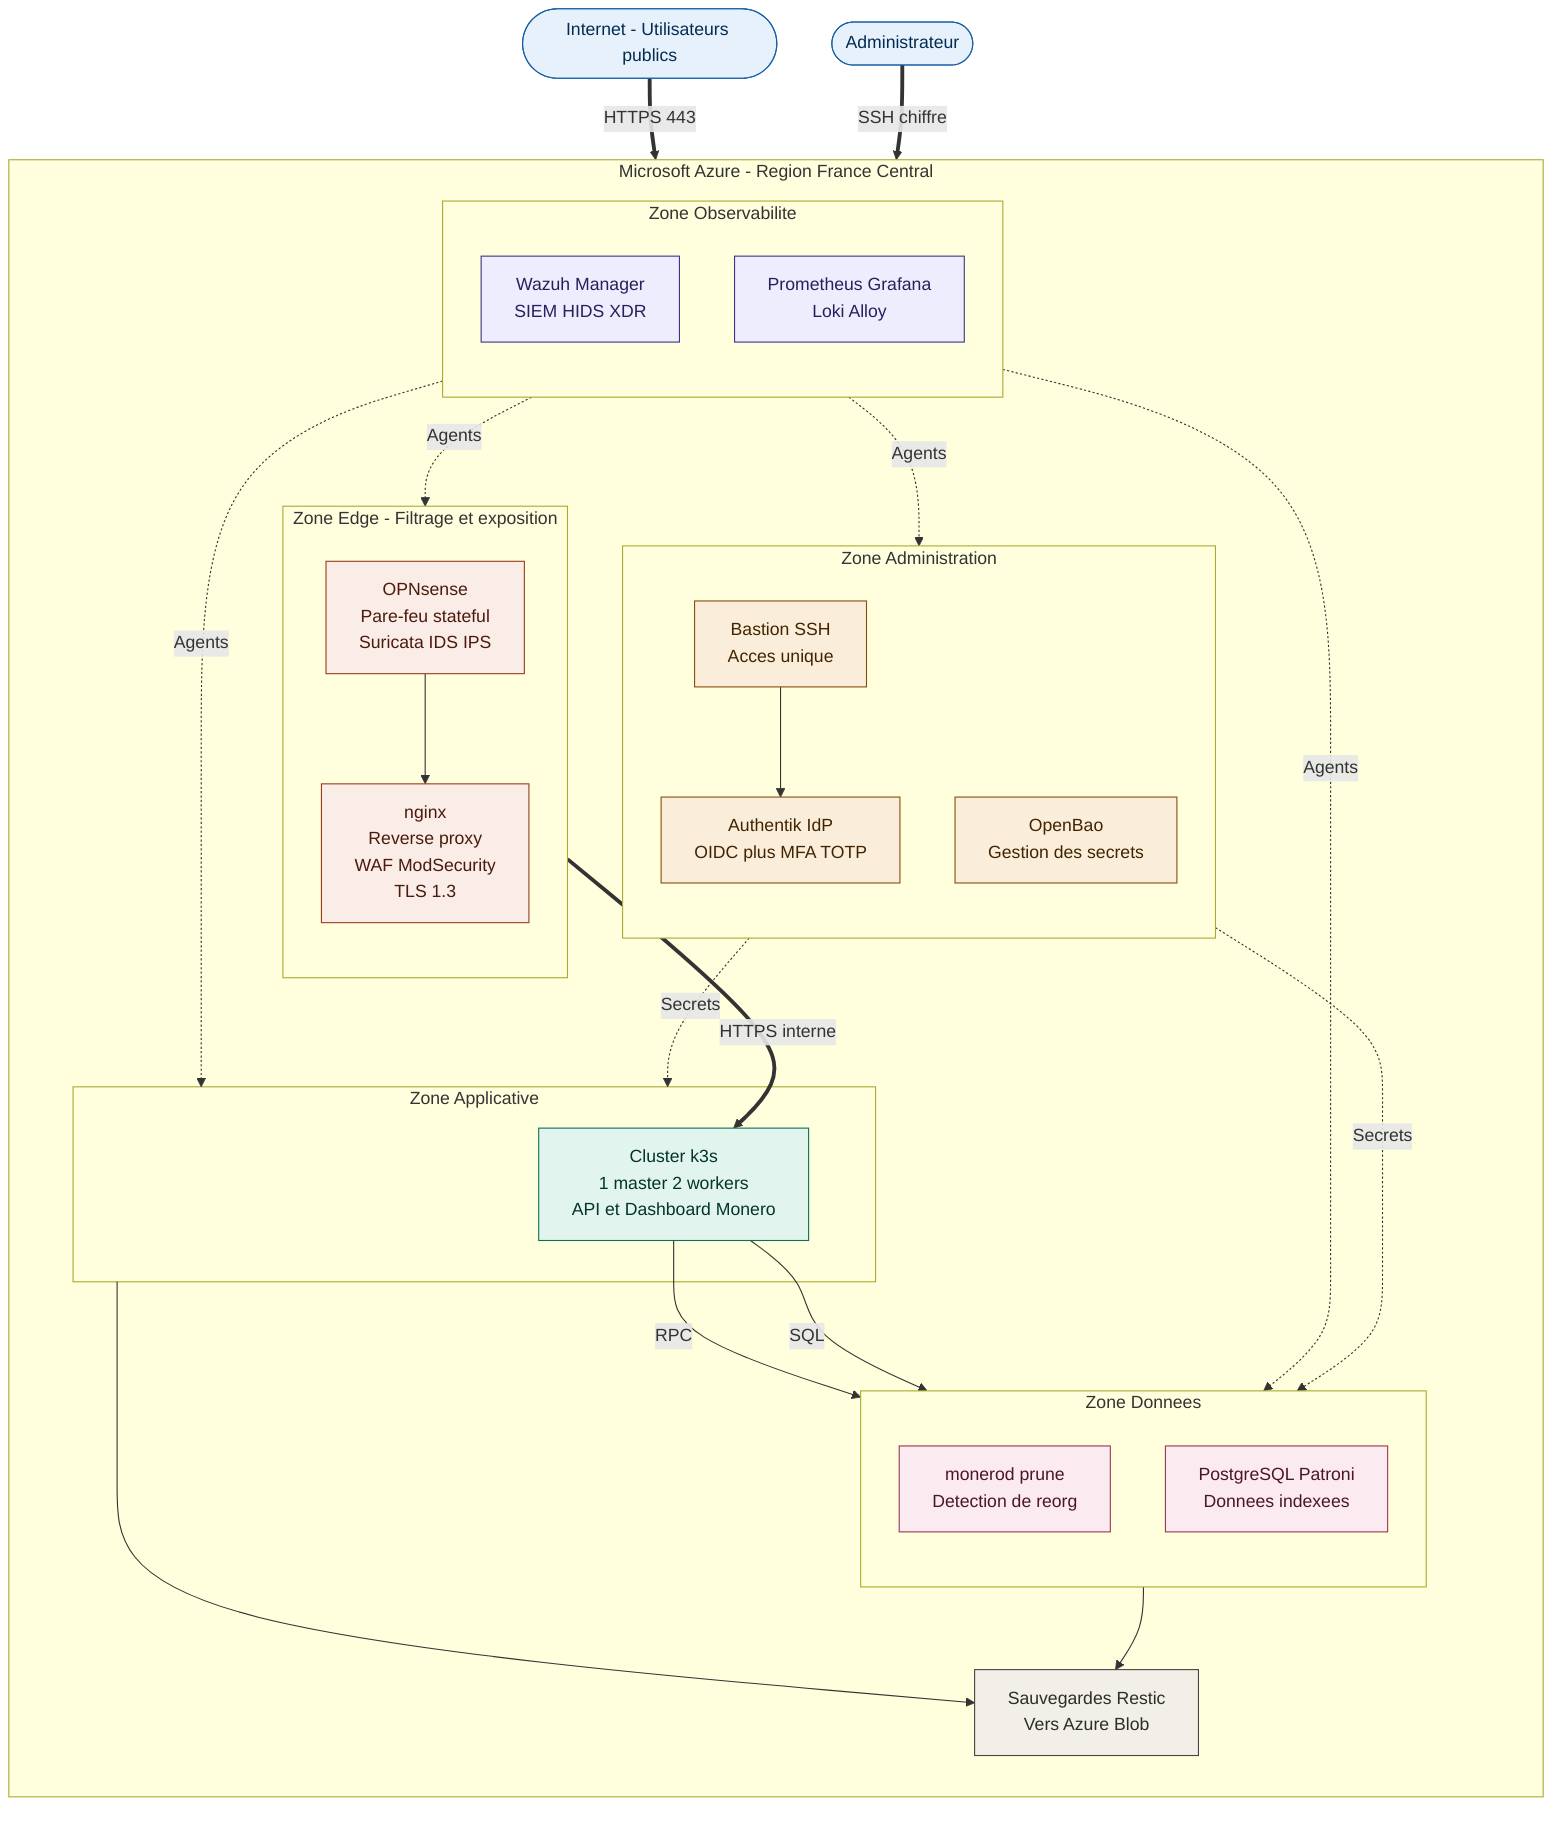
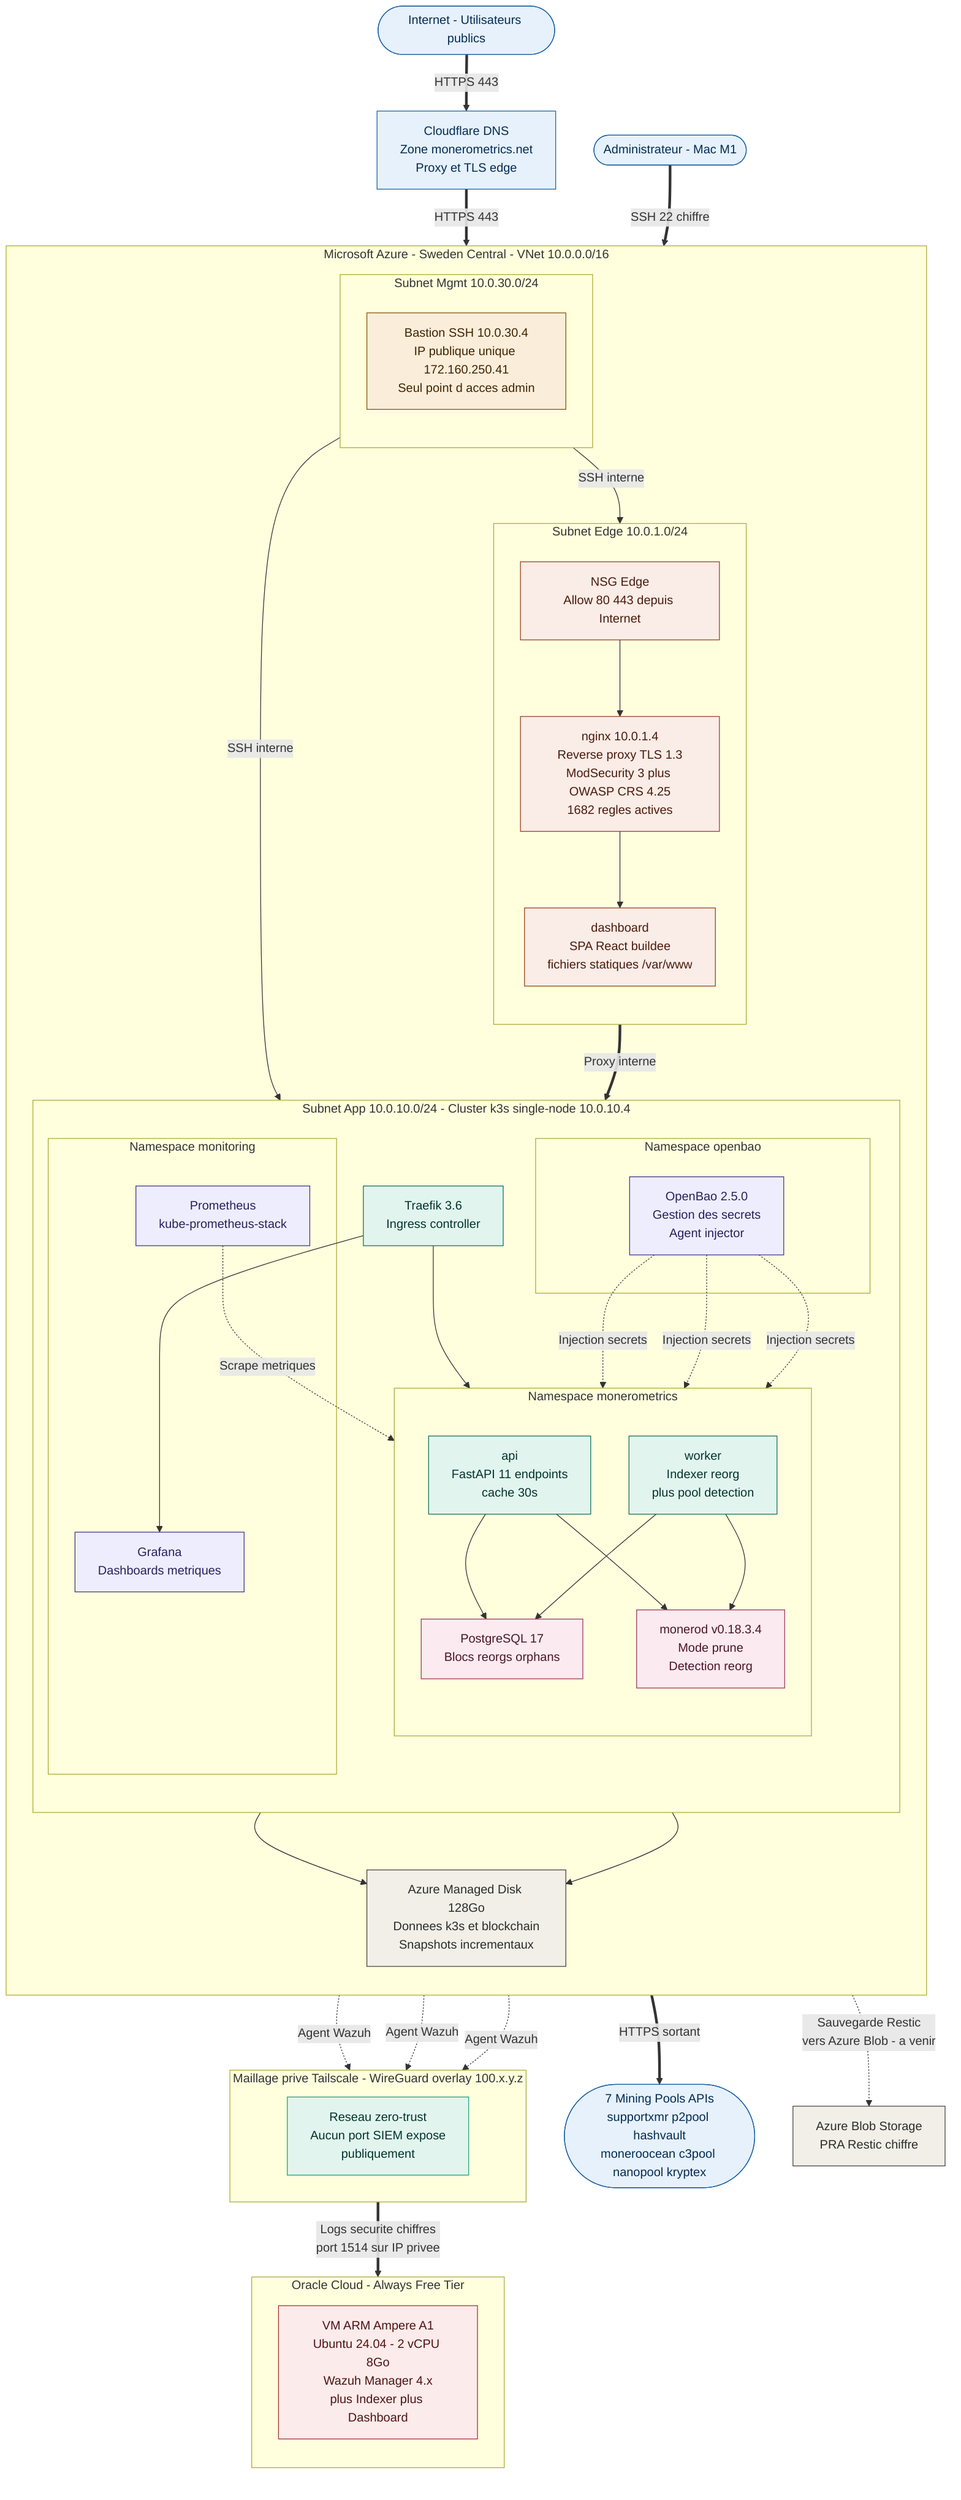
flowchart TB
    Internet([Internet - Utilisateurs publics])
-     Admin([Administrateur])
+     Admin([Administrateur - Mac M1])
+     Pools([7 Mining Pools APIs<br/>supportxmr p2pool hashvault<br/>moneroocean c3pool nanopool kryptex])
+     CF["Cloudflare DNS<br/>Zone monerometrics.net<br/>Proxy et TLS edge"]

-     subgraph Cloud["Microsoft Azure - Region France Central"]
+     subgraph Azure["Microsoft Azure - Sweden Central - VNet 10.0.0.0/16"]
        direction TB

-         subgraph Edge["Zone Edge - Filtrage et exposition"]
+         subgraph Edge["Subnet Edge 10.0.1.0/24"]
            direction TB
-             FW["OPNsense<br/>Pare-feu stateful<br/>Suricata IDS IPS"]
-             RP["nginx<br/>Reverse proxy<br/>WAF ModSecurity<br/>TLS 1.3"]
-             FW --> RP
+             NSG1["NSG Edge<br/>Allow 80 443 depuis Internet"]
+             NGX["nginx 10.0.1.4<br/>Reverse proxy TLS 1.3<br/>ModSecurity 3 plus OWASP CRS 4.25<br/>1682 regles actives"]
+             DASH["dashboard<br/>SPA React buildee<br/>fichiers statiques /var/www"]
+             NSG1 --> NGX
+             NGX --> DASH
        end

-         subgraph App["Zone Applicative"]
-             K8S["Cluster k3s<br/>1 master 2 workers<br/>API et Dashboard Monero"]
+         subgraph Mgmt["Subnet Mgmt 10.0.30.0/24"]
+             direction TB
+             BAS["Bastion SSH 10.0.30.4<br/>IP publique unique 172.160.250.41<br/>Seul point d acces admin"]
        end

-         subgraph Data["Zone Donnees"]
+         subgraph App["Subnet App 10.0.10.0/24 - Cluster k3s single-node 10.0.10.4"]
            direction TB
-             Mon["monerod prune<br/>Detection de reorg"]
-             DB["PostgreSQL Patroni<br/>Donnees indexees"]
+             TRF["Traefik 3.6<br/>Ingress controller"]
+ 
+             subgraph NSmm["Namespace monerometrics"]
+                 direction TB
+                 API["api<br/>FastAPI 11 endpoints<br/>cache 30s"]
+                 WRK["worker<br/>Indexer reorg<br/>plus pool detection"]
+                 MON["monerod v0.18.3.4<br/>Mode prune<br/>Detection reorg"]
+                 PG["PostgreSQL 17<br/>Blocs reorgs orphans"]
+             end
+ 
+             subgraph NSobs["Namespace monitoring"]
+                 PROM["Prometheus<br/>kube-prometheus-stack"]
+                 GRF["Grafana<br/>Dashboards metriques"]
+             end
+ 
+             subgraph NSbao["Namespace openbao"]
+                 OBAO["OpenBao 2.5.0<br/>Gestion des secrets<br/>Agent injector"]
+             end
+ 
+             TRF --> API
+             TRF --> GRF
+             API --> PG
+             API --> MON
+             WRK --> MON
+             WRK --> PG
        end

-         subgraph Mgmt["Zone Administration"]
-             direction TB
-             BAS["Bastion SSH<br/>Acces unique"]
-             IdP["Authentik IdP<br/>OIDC plus MFA TOTP"]
-             OBao["OpenBao<br/>Gestion des secrets"]
-         end
- 
-         subgraph Obs["Zone Observabilite"]
-             direction TB
-             SIEM["Wazuh Manager<br/>SIEM HIDS XDR"]
-             Mon2["Prometheus Grafana<br/>Loki Alloy"]
-         end
- 
-         Backup["Sauvegardes Restic<br/>Vers Azure Blob"]
+         DISK["Azure Managed Disk 128Go<br/>Donnees k3s et blockchain<br/>Snapshots incrementaux"]
    end

-     Internet ==>|HTTPS 443| FW
-     RP ==>|HTTPS interne| K8S
-     K8S -->|RPC| Mon
-     K8S -->|SQL| DB
-     Admin ==>|SSH chiffre| BAS
-     BAS --> IdP
-     OBao -.->|Secrets| App
-     OBao -.->|Secrets| Data
-     SIEM -.->|Agents| Edge
-     SIEM -.->|Agents| App
-     SIEM -.->|Agents| Data
-     SIEM -.->|Agents| Mgmt
-     Data --> Backup
-     App --> Backup
+     subgraph OCI["Oracle Cloud - Always Free Tier"]
+         direction TB
+         WZH["VM ARM Ampere A1<br/>Ubuntu 24.04 - 2 vCPU 8Go<br/>Wazuh Manager 4.x<br/>plus Indexer plus Dashboard"]
+     end
+ 
+     subgraph TS["Maillage prive Tailscale - WireGuard overlay 100.x.y.z"]
+         direction LR
+         TSnet["Reseau zero-trust<br/>Aucun port SIEM expose<br/>publiquement"]
+     end
+ 
+     Internet ==>|HTTPS 443| CF
+     CF ==>|HTTPS 443| NSG1
+     NGX ==>|Proxy interne| TRF
+     Admin ==>|SSH 22 chiffre| BAS
+     BAS -->|SSH interne| App
+     BAS -->|SSH interne| Edge
+     WRK ==>|HTTPS sortant| Pools
+ 
+     OBAO -.->|Injection secrets| API
+     OBAO -.->|Injection secrets| WRK
+     OBAO -.->|Injection secrets| PG
+     PROM -.->|Scrape metriques| NSmm
+ 
+     App --> DISK
+     MON --> DISK
+ 
+     BAS -.->|Agent Wazuh| TSnet
+     NGX -.->|Agent Wazuh| TSnet
+     App -.->|Agent Wazuh| TSnet
+     TSnet ==>|Logs securite chiffres<br/>port 1514 sur IP privee| WZH
+ 
+     DISK -.->|Sauvegarde Restic<br/>vers Azure Blob - a venir| Backup["Azure Blob Storage<br/>PRA Restic chiffre"]

    classDef edge fill:#FAECE7,stroke:#993C1D,color:#4A1B0C
    classDef app fill:#E1F5EE,stroke:#0F6E56,color:#04342C
    classDef data fill:#FBEAF0,stroke:#993556,color:#4B1528
    classDef mgmt fill:#FAEEDA,stroke:#854F0B,color:#412402
    classDef obs fill:#EEEDFE,stroke:#3C3489,color:#26215C
    classDef ext fill:#E6F1FB,stroke:#185FA5,color:#042C53
    classDef bkp fill:#F1EFE8,stroke:#444441,color:#2C2C2A
+     classDef oci fill:#FCEBEB,stroke:#A32D2D,color:#501313
+     classDef vpn fill:#E1F5EE,stroke:#1D9E75,color:#04342C

-     class FW,RP edge
-     class K8S app
-     class Mon,DB data
-     class BAS,IdP,OBao mgmt
-     class SIEM,Mon2 obs
-     class Internet,Admin ext
-     class Backup bkp
+ 
+     class API,WRK,TRF app
+     class NSG1,NGX,DASH edge
+     class MON,PG data
+     class BAS mgmt
+     class PROM,GRF,OBAO obs
+     class Internet,Admin,Pools,CF ext
+     class DISK,Backup bkp
+     class WZH oci
+     class TSnet vpn
